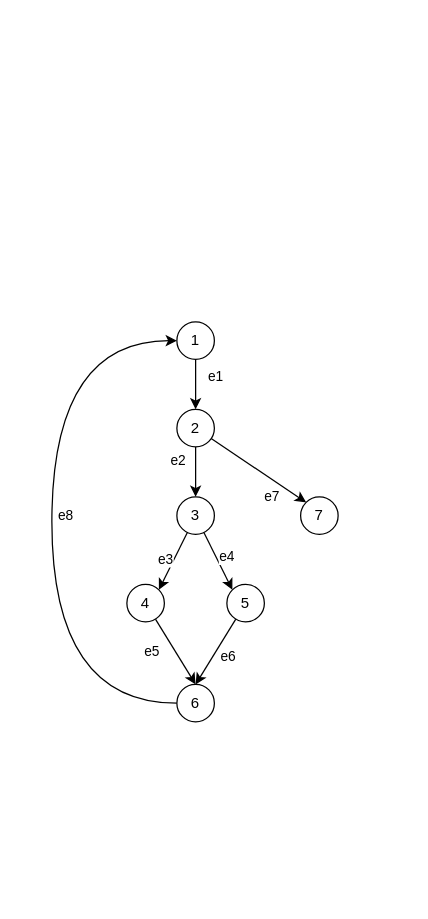
Above: test.drawio in LviatYi/KnownBase (draw.io), before the change. Source tidied: cells renumbered, new cells numbered last; positions are measured from the earlier drawing's top-left corner, leaving out a move shared by most shapes. Both pictures are drawn from the tidied source at 125%, with x=0, y=0 at pixel (51, 321).
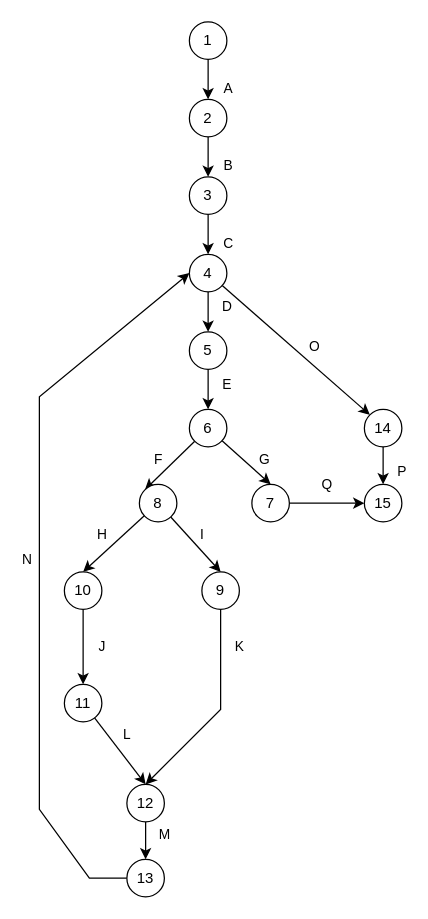
The same diagram, later.

The edit, as a diff of the source:
```diff
@@
+    <mxCell id="10" style="edgeStyle=orthogonalEdgeStyle;rounded=0;jettySize=auto;html=1;" parent="1" edge="1" source="14" target="17">
+      <mxGeometry relative="1" as="geometry" />
+    </mxCell>
+    <mxCell id="25" value="C" style="edgeLabel;html=1;align=center;verticalAlign=middle;" parent="10" vertex="1">
+      <mxGeometry x="-0.28" y="1" relative="1" as="geometry">
+        <mxPoint x="14" y="5" as="offset" />
+      </mxGeometry>
+    </mxCell>
+    <mxCell id="4" value="1" style="ellipse;whiteSpace=wrap;html=1;" parent="1" vertex="1">
+      <mxGeometry x="110" y="-240" width="30" height="30" as="geometry" />
+    </mxCell>
+    <mxCell id="26" value="D" style="edgeStyle=orthogonalEdgeStyle;rounded=0;jettySize=auto;html=1;entryX=0.5;entryY=0;entryDx=0;entryDy=0;" parent="1" edge="1" source="17" target="20">
+      <mxGeometry x="0.17" y="15" relative="1" as="geometry" />
+    </mxCell>
+    <mxCell id="27" value="O" style="edgeStyle=none;rounded=0;jettySize=auto;html=1;entryX=0;entryY=0;entryDx=0;entryDy=0;" parent="1" edge="1" source="17" target="47">
+      <mxGeometry x="0.12" y="12" relative="1" as="geometry" />
+    </mxCell>
+    <mxCell id="17" value="4" style="ellipse;whiteSpace=wrap;html=1;" parent="1" vertex="1">
+      <mxGeometry x="110" y="-54" width="30" height="30" as="geometry" />
+    </mxCell>
+    <mxCell id="9" value="2" style="ellipse;whiteSpace=wrap;html=1;" parent="1" vertex="1">
+      <mxGeometry x="110" y="-178" width="30" height="30" as="geometry" />
+    </mxCell>
-    <mxCell id="2" style="endArrow=classic;html=1;strokeWidth=1;exitX=0.5;exitY=1;exitDx=0;exitDy=0;entryX=0.5;entryY=0;entryDx=0;entryDy=0;" parent="1" edge="1" source="4" target="9">
+    <mxCell id="2" style="edgeStyle=orthogonalEdgeStyle;rounded=0;jettySize=auto;html=1;" parent="1" edge="1" source="4" target="9">
       <mxGeometry relative="1" as="geometry" />
     </mxCell>
-    <mxCell id="3" value="e1" style="edgeLabel;html=1;align=center;verticalAlign=middle;" parent="2" vertex="1">
-      <mxGeometry x="-0.36" y="-1" relative="1" as="geometry">
-        <mxPoint x="16" as="offset" />
-      </mxGeometry>
-    </mxCell>
-    <mxCell id="4" value="1" style="ellipse;whiteSpace=wrap;html=1;" parent="1" vertex="1">
-      <mxGeometry x="100" width="30" height="30" as="geometry" />
-    </mxCell>
+    <mxCell id="28" value="A" style="edgeLabel;html=1;align=center;verticalAlign=middle;" parent="2" vertex="1">
+      <mxGeometry x="-0.28" y="1" relative="1" as="geometry">
+        <mxPoint x="14" y="5" as="offset" />
+      </mxGeometry>
+    </mxCell>
+    <mxCell id="14" value="3" style="ellipse;whiteSpace=wrap;html=1;" parent="1" vertex="1">
+      <mxGeometry x="110" y="-116" width="30" height="30" as="geometry" />
+    </mxCell>
-    <mxCell id="5" style="edgeStyle=orthogonalEdgeStyle;rounded=0;jettySize=auto;html=1;entryX=0.5;entryY=0;entryDx=0;entryDy=0;" parent="1" edge="1" source="9" target="14">
+    <mxCell id="5" style="edgeStyle=orthogonalEdgeStyle;rounded=0;jettySize=auto;html=1;" parent="1" edge="1" source="9" target="14">
       <mxGeometry relative="1" as="geometry" />
     </mxCell>
-    <mxCell id="6" value="e2" style="edgeLabel;html=1;align=center;verticalAlign=middle;" parent="5" vertex="1">
-      <mxGeometry x="-0.82" relative="1" as="geometry">
-        <mxPoint x="-15" y="6.3" as="offset" />
-      </mxGeometry>
-    </mxCell>
-    <mxCell id="7" style="edgeStyle=none;rounded=0;jettySize=auto;html=1;entryX=0;entryY=0;entryDx=0;entryDy=0;" parent="1" edge="1" source="9" target="24">
-      <mxGeometry relative="1" as="geometry" />
-    </mxCell>
-    <mxCell id="8" value="e7" style="edgeLabel;html=1;align=center;verticalAlign=middle;" parent="7" vertex="1">
-      <mxGeometry x="0.3" y="-1" relative="1" as="geometry">
-        <mxPoint y="12.7" as="offset" />
-      </mxGeometry>
-    </mxCell>
-    <mxCell id="9" value="2" style="ellipse;whiteSpace=wrap;html=1;" parent="1" vertex="1">
-      <mxGeometry x="100" y="70" width="30" height="30" as="geometry" />
-    </mxCell>
-    <mxCell id="10" style="rounded=0;jettySize=auto;html=1;entryX=1;entryY=0;entryDx=0;entryDy=0;" parent="1" edge="1" source="14" target="17">
-      <mxGeometry relative="1" as="geometry" />
-    </mxCell>
-    <mxCell id="11" value="e3" style="edgeLabel;html=1;align=center;verticalAlign=middle;" parent="10" vertex="1">
-      <mxGeometry x="-0.28" y="1" relative="1" as="geometry">
-        <mxPoint x="-11.1" y="4.7" as="offset" />
-      </mxGeometry>
-    </mxCell>
-    <mxCell id="12" style="edgeStyle=none;rounded=0;jettySize=auto;html=1;entryX=0;entryY=0;entryDx=0;entryDy=0;" parent="1" edge="1" source="14" target="20">
-      <mxGeometry relative="1" as="geometry" />
-    </mxCell>
-    <mxCell id="13" value="e4" style="edgeLabel;html=1;align=center;verticalAlign=middle;" parent="12" vertex="1">
-      <mxGeometry x="-0.17" relative="1" as="geometry">
-        <mxPoint x="8.9" as="offset" />
-      </mxGeometry>
-    </mxCell>
-    <mxCell id="14" value="3" style="ellipse;whiteSpace=wrap;html=1;" parent="1" vertex="1">
-      <mxGeometry x="100" y="140" width="30" height="30" as="geometry" />
-    </mxCell>
-    <mxCell id="15" style="edgeStyle=none;rounded=0;jettySize=auto;html=1;entryX=0.5;entryY=0;entryDx=0;entryDy=0;" parent="1" edge="1" source="17" target="23">
-      <mxGeometry relative="1" as="geometry" />
-    </mxCell>
-    <mxCell id="16" value="e5" style="edgeLabel;html=1;align=center;verticalAlign=middle;" parent="15" vertex="1">
-      <mxGeometry x="-0.49" relative="1" as="geometry">
-        <mxPoint x="-11.6" y="12.2" as="offset" />
-      </mxGeometry>
-    </mxCell>
-    <mxCell id="17" value="4" style="ellipse;whiteSpace=wrap;html=1;" parent="1" vertex="1">
-      <mxGeometry x="60" y="210" width="30" height="30" as="geometry" />
-    </mxCell>
+    <mxCell id="29" value="B" style="edgeLabel;html=1;align=center;verticalAlign=middle;" parent="5" vertex="1">
+      <mxGeometry x="-0.28" y="1" relative="1" as="geometry">
+        <mxPoint x="14" y="5" as="offset" />
+      </mxGeometry>
+    </mxCell>
-    <mxCell id="18" style="edgeStyle=none;rounded=0;jettySize=auto;html=1;entryX=0.5;entryY=0;entryDx=0;entryDy=0;" parent="1" edge="1" source="20" target="23">
-      <mxGeometry relative="1" as="geometry" />
+    <mxCell id="18" value="E" style="edgeStyle=orthogonalEdgeStyle;rounded=0;jettySize=auto;html=1;entryX=0.5;entryY=0;entryDx=0;entryDy=0;" parent="1" edge="1" source="20" target="23">
+      <mxGeometry x="0.17" y="15" relative="1" as="geometry" />
     </mxCell>
-    <mxCell id="19" value="e6" style="edgeLabel;html=1;align=center;verticalAlign=middle;" parent="18" vertex="1">
-      <mxGeometry x="0.42" relative="1" as="geometry">
-        <mxPoint x="16" y="-7.6" as="offset" />
-      </mxGeometry>
-    </mxCell>
     <mxCell id="20" value="5" style="ellipse;whiteSpace=wrap;html=1;" parent="1" vertex="1">
-      <mxGeometry x="140" y="210" width="30" height="30" as="geometry" />
+      <mxGeometry x="110" y="8" width="30" height="30" as="geometry" />
     </mxCell>
-    <mxCell id="21" style="edgeStyle=orthogonalEdgeStyle;rounded=0;jettySize=auto;html=1;entryX=0;entryY=0.5;entryDx=0;entryDy=0;curved=1;exitX=0;exitY=0.5;exitDx=0;exitDy=0;" parent="1" edge="1" source="23" target="4">
-      <mxGeometry relative="1" as="geometry">
-        <Array as="points">
-          <mxPoint y="305" />
-          <mxPoint y="15" />
-        </Array>
-      </mxGeometry>
-    </mxCell>
-    <mxCell id="22" value="e8" style="edgeLabel;html=1;align=center;verticalAlign=middle;" parent="21" vertex="1">
-      <mxGeometry x="0.25" y="-6" relative="1" as="geometry">
-        <mxPoint x="4" y="55" as="offset" />
-      </mxGeometry>
-    </mxCell>
+    <mxCell id="30" value="G" style="rounded=0;jettySize=auto;html=1;entryX=0.5;entryY=0;entryDx=0;entryDy=0;" parent="1" edge="1" source="23" target="24">
+      <mxGeometry x="0.35" y="12" relative="1" as="geometry" />
+    </mxCell>
+    <mxCell id="31" value="F" style="edgeStyle=none;rounded=0;jettySize=auto;html=1;entryX=0;entryY=0;entryDx=0;entryDy=0;" parent="1" edge="1" source="23" target="35">
+      <mxGeometry x="0.12" y="-10" relative="1" as="geometry" />
+    </mxCell>
     <mxCell id="23" value="6" style="ellipse;whiteSpace=wrap;html=1;" parent="1" vertex="1">
-      <mxGeometry x="100" y="290" width="30" height="30" as="geometry" />
+      <mxGeometry x="110" y="70" width="30" height="30" as="geometry" />
     </mxCell>
+    <mxCell id="32" value="Q" style="edgeStyle=none;rounded=0;jettySize=auto;html=1;entryX=0;entryY=0.5;entryDx=0;entryDy=0;" parent="1" edge="1" source="24" target="48">
+      <mxGeometry y="15" relative="1" as="geometry" />
+    </mxCell>
     <mxCell id="24" value="7" style="ellipse;whiteSpace=wrap;html=1;" parent="1" vertex="1">
-      <mxGeometry x="199" y="140" width="30" height="30" as="geometry" />
+      <mxGeometry x="160" y="130" width="30" height="30" as="geometry" />
     </mxCell>
+    <mxCell id="33" value="I" style="edgeStyle=none;rounded=0;jettySize=auto;html=1;entryX=0.5;entryY=0;entryDx=0;entryDy=0;" parent="1" edge="1" source="35" target="37">
+      <mxGeometry x="-0.09" y="9" relative="1" as="geometry" />
+    </mxCell>
+    <mxCell id="34" value="H" style="edgeStyle=none;rounded=0;jettySize=auto;html=1;entryX=0.5;entryY=0;entryDx=0;entryDy=0;" parent="1" edge="1" source="35" target="39">
+      <mxGeometry x="0.06" y="-12" relative="1" as="geometry" />
+    </mxCell>
+    <mxCell id="35" value="8" style="ellipse;whiteSpace=wrap;html=1;" parent="1" vertex="1">
+      <mxGeometry x="70" y="130" width="30" height="30" as="geometry" />
+    </mxCell>
+    <mxCell id="36" value="K" style="edgeStyle=none;rounded=0;jettySize=auto;html=1;entryX=0.5;entryY=0;entryDx=0;entryDy=0;" parent="1" edge="1" source="37" target="43">
+      <mxGeometry x="-0.64" y="15" relative="1" as="geometry">
+        <Array as="points">
+          <mxPoint x="135" y="310" />
+        </Array>
+      </mxGeometry>
+    </mxCell>
+    <mxCell id="37" value="9" style="ellipse;whiteSpace=wrap;html=1;" parent="1" vertex="1">
+      <mxGeometry x="120" y="200" width="30" height="30" as="geometry" />
+    </mxCell>
+    <mxCell id="38" value="J" style="edgeStyle=none;rounded=0;jettySize=auto;html=1;entryX=0.5;entryY=0;entryDx=0;entryDy=0;" parent="1" edge="1" source="39" target="41">
+      <mxGeometry y="15" relative="1" as="geometry" />
+    </mxCell>
+    <mxCell id="39" value="10" style="ellipse;whiteSpace=wrap;html=1;" parent="1" vertex="1">
+      <mxGeometry x="10" y="200" width="30" height="30" as="geometry" />
+    </mxCell>
+    <mxCell id="40" value="L" style="edgeStyle=none;rounded=0;jettySize=auto;html=1;entryX=0.5;entryY=0;entryDx=0;entryDy=0;" parent="1" edge="1" source="41" target="43">
+      <mxGeometry x="-0.22" y="12" relative="1" as="geometry" />
+    </mxCell>
+    <mxCell id="41" value="11" style="ellipse;whiteSpace=wrap;html=1;" parent="1" vertex="1">
+      <mxGeometry x="10" y="290" width="30" height="30" as="geometry" />
+    </mxCell>
+    <mxCell id="42" value="M" style="edgeStyle=none;rounded=0;jettySize=auto;html=1;entryX=0.5;entryY=0;entryDx=0;entryDy=0;" parent="1" edge="1" source="43" target="45">
+      <mxGeometry x="-0.33" y="15" relative="1" as="geometry" />
+    </mxCell>
+    <mxCell id="43" value="12" style="ellipse;whiteSpace=wrap;html=1;" parent="1" vertex="1">
+      <mxGeometry x="60" y="370" width="30" height="30" as="geometry" />
+    </mxCell>
+    <mxCell id="44" value="N" style="edgeStyle=none;rounded=0;jettySize=auto;html=1;entryX=0;entryY=0.5;entryDx=0;entryDy=0;" parent="1" edge="1" source="45" target="17">
+      <mxGeometry x="0.02" y="10" relative="1" as="geometry">
+        <Array as="points">
+          <mxPoint x="30" y="445" />
+          <mxPoint x="-10" y="390" />
+          <mxPoint x="-10" y="60" />
+        </Array>
+      </mxGeometry>
+    </mxCell>
+    <mxCell id="45" value="13" style="ellipse;whiteSpace=wrap;html=1;" parent="1" vertex="1">
+      <mxGeometry x="60" y="430" width="30" height="30" as="geometry" />
+    </mxCell>
+    <mxCell id="46" value="P" style="edgeStyle=none;rounded=0;jettySize=auto;html=1;entryX=0.5;entryY=0;entryDx=0;entryDy=0;" parent="1" edge="1" source="47" target="48">
+      <mxGeometry x="0.33" y="15" relative="1" as="geometry" />
+    </mxCell>
+    <mxCell id="47" value="14" style="ellipse;whiteSpace=wrap;html=1;" parent="1" vertex="1">
+      <mxGeometry x="250" y="70" width="30" height="30" as="geometry" />
+    </mxCell>
+    <mxCell id="48" value="15" style="ellipse;whiteSpace=wrap;html=1;" parent="1" vertex="1">
+      <mxGeometry x="250" y="130" width="30" height="30" as="geometry" />
+    </mxCell>
```
